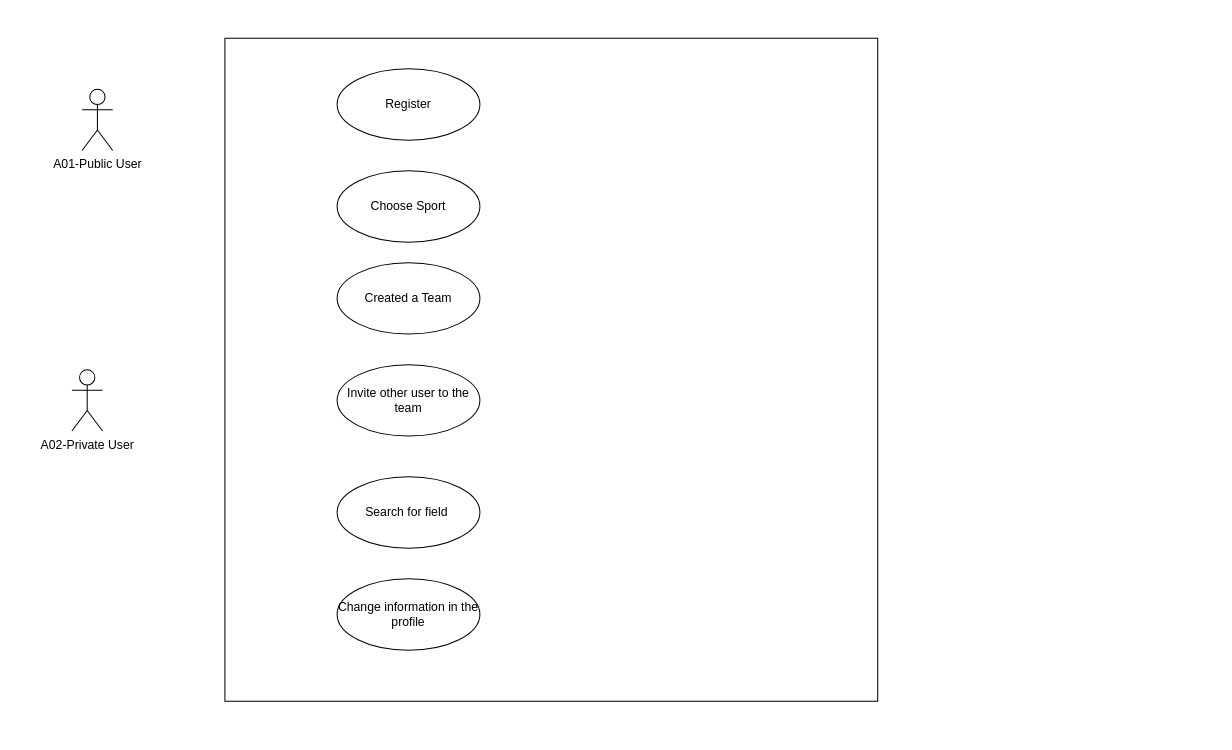
bosshentai/projectosAprendizagem keeps this draw.io diagram as diagrams/useCase/useCase.drawio. Above is the earlier version. Source tidied: cells renumbered, new cells numbered last; positions are measured from the earlier drawing's top-left corner, leaving out a move shared by most shapes. Both pictures are drawn from the tidied source at 102%, with x=0, y=0 at pixel (71, 38).
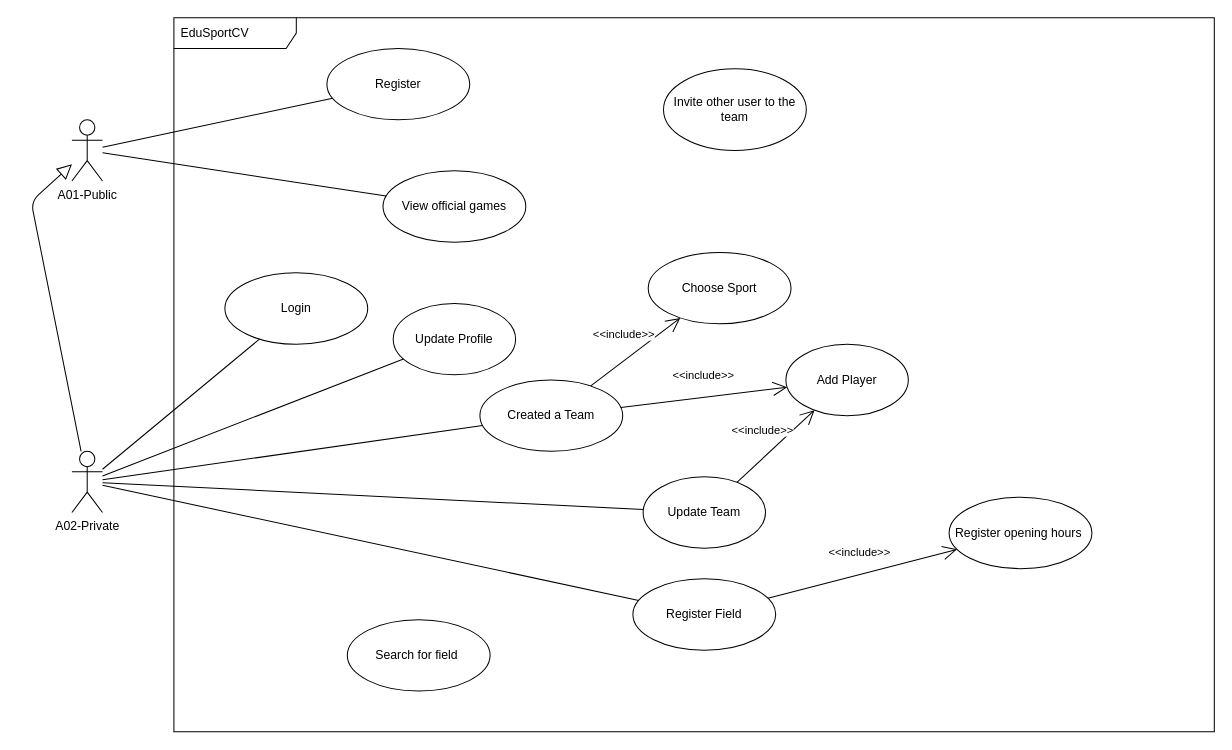
After the change.

Commit message:
some ideias had been add in the useCase

What changed in the source:
```diff
@@
+    <mxCell id="11" value="EduSportCV" style="shape=umlFrame;whiteSpace=wrap;html=1;width=120;height=30;boundedLbl=1;verticalAlign=middle;align=left;spacingLeft=5;" parent="1" vertex="1">
+      <mxGeometry x="100" y="-20" width="1020" height="700" as="geometry" />
+    </mxCell>
-    <mxCell id="2" value="A01-Public User" style="shape=umlActor;verticalLabelPosition=bottom;verticalAlign=top;html=1;" parent="1" vertex="1">
-      <mxGeometry x="10" y="50" width="30" height="60" as="geometry" />
+    <mxCell id="2" value="A01-Public" style="shape=umlActor;verticalLabelPosition=bottom;verticalAlign=top;html=1;" parent="1" vertex="1">
+      <mxGeometry y="80" width="30" height="60" as="geometry" />
     </mxCell>
-    <mxCell id="3" style="rounded=0;whiteSpace=wrap;html=1;" parent="1" vertex="1">
-      <mxGeometry x="150" width="640" height="650" as="geometry" />
-    </mxCell>
     <mxCell id="4" value="Register" style="ellipse;whiteSpace=wrap;html=1;" parent="1" vertex="1">
-      <mxGeometry x="260" y="30" width="140" height="70" as="geometry" />
+      <mxGeometry x="250" y="10" width="140" height="70" as="geometry" />
     </mxCell>
     <mxCell id="5" value="Choose Sport" style="ellipse;whiteSpace=wrap;html=1;" parent="1" vertex="1">
-      <mxGeometry x="260" y="130" width="140" height="70" as="geometry" />
+      <mxGeometry x="565" y="210" width="140" height="70" as="geometry" />
     </mxCell>
     <mxCell id="6" value="Created a Team" style="ellipse;whiteSpace=wrap;html=1;" parent="1" vertex="1">
-      <mxGeometry x="260" y="220" width="140" height="70" as="geometry" />
+      <mxGeometry x="400" y="335" width="140" height="70" as="geometry" />
     </mxCell>
     <mxCell id="7" value="Invite other user to the team" style="ellipse;whiteSpace=wrap;html=1;" parent="1" vertex="1">
-      <mxGeometry x="260" y="320" width="140" height="70" as="geometry" />
+      <mxGeometry x="580" y="30" width="140" height="80" as="geometry" />
     </mxCell>
     <mxCell id="8" value="Search for field&amp;nbsp;" style="ellipse;whiteSpace=wrap;html=1;" parent="1" vertex="1">
-      <mxGeometry x="260" y="430" width="140" height="70" as="geometry" />
+      <mxGeometry x="270" y="570" width="140" height="70" as="geometry" />
     </mxCell>
-    <mxCell id="9" value="Change information in the profile" style="ellipse;whiteSpace=wrap;html=1;" parent="1" vertex="1">
-      <mxGeometry x="260" y="530" width="140" height="70" as="geometry" />
-    </mxCell>
-    <mxCell id="10" value="A02-Private User" style="shape=umlActor;verticalLabelPosition=bottom;verticalAlign=top;html=1;" parent="1" vertex="1">
-      <mxGeometry y="325" width="30" height="60" as="geometry" />
+    <mxCell id="10" value="A02-Private" style="shape=umlActor;verticalLabelPosition=bottom;verticalAlign=top;html=1;" parent="1" vertex="1">
+      <mxGeometry y="405" width="30" height="60" as="geometry" />
     </mxCell>
+    <mxCell id="12" value="Login" style="ellipse;whiteSpace=wrap;html=1;" parent="1" vertex="1">
+      <mxGeometry x="150" y="230" width="140" height="70" as="geometry" />
+    </mxCell>
+    <mxCell id="13" style="endArrow=none;html=1;" parent="1" edge="1" source="10" target="12">
+      <mxGeometry relative="1" as="geometry" />
+    </mxCell>
+    <mxCell id="14" style="endArrow=none;html=1;" parent="1" edge="1" source="2" target="4">
+      <mxGeometry relative="1" as="geometry" />
+    </mxCell>
+    <mxCell id="15" value="View official games" style="ellipse;whiteSpace=wrap;html=1;" parent="1" vertex="1">
+      <mxGeometry x="305" y="130" width="140" height="70" as="geometry" />
+    </mxCell>
+    <mxCell id="16" style="endArrow=none;html=1;" parent="1" edge="1" source="2" target="15">
+      <mxGeometry relative="1" as="geometry" />
+    </mxCell>
+    <mxCell id="17" style="endArrow=block;endFill=0;endSize=12;html=1;" parent="1" edge="1" source="10" target="2">
+      <mxGeometry relative="1" as="geometry">
+        <Array as="points">
+          <mxPoint x="-40" y="160" />
+        </Array>
+      </mxGeometry>
+    </mxCell>
+    <mxCell id="18" value="Update Profile" style="ellipse;whiteSpace=wrap;html=1;" parent="1" vertex="1">
+      <mxGeometry x="315" y="260" width="120" height="70" as="geometry" />
+    </mxCell>
+    <mxCell id="19" style="endArrow=none;html=1;" parent="1" edge="1" source="10" target="18">
+      <mxGeometry relative="1" as="geometry" />
+    </mxCell>
+    <mxCell id="20" style="endArrow=none;html=1;" parent="1" edge="1" source="10" target="6">
+      <mxGeometry relative="1" as="geometry" />
+    </mxCell>
+    <mxCell id="21" value="&amp;lt;&amp;lt;include&amp;gt;&amp;gt;" style="endArrow=open;endSize=12;html=1;" parent="1" edge="1" source="6" target="5">
+      <mxGeometry x="0.02" y="21" relative="1" as="geometry" />
+    </mxCell>
+    <mxCell id="22" value="Register Field" style="ellipse;whiteSpace=wrap;html=1;" parent="1" vertex="1">
+      <mxGeometry x="550" y="530" width="140" height="70" as="geometry" />
+    </mxCell>
+    <mxCell id="23" style="endArrow=none;html=1;" parent="1" edge="1" source="10" target="22">
+      <mxGeometry relative="1" as="geometry" />
+    </mxCell>
+    <mxCell id="24" value="Register opening hours&amp;nbsp;" style="ellipse;whiteSpace=wrap;html=1;" parent="1" vertex="1">
+      <mxGeometry x="860" y="450" width="140" height="70" as="geometry" />
+    </mxCell>
+    <mxCell id="25" value="&amp;lt;&amp;lt;include&amp;gt;&amp;gt;" style="endArrow=open;endSize=12;html=1;" parent="1" edge="1" source="22" target="24">
+      <mxGeometry x="0.02" y="21" relative="1" as="geometry" />
+    </mxCell>
+    <mxCell id="26" value="Update Team" style="ellipse;whiteSpace=wrap;html=1;" parent="1" vertex="1">
+      <mxGeometry x="560" y="430" width="120" height="70" as="geometry" />
+    </mxCell>
+    <mxCell id="27" value="Add Player" style="ellipse;whiteSpace=wrap;html=1;" parent="1" vertex="1">
+      <mxGeometry x="700" y="300" width="120" height="70" as="geometry" />
+    </mxCell>
+    <mxCell id="28" value="&amp;lt;&amp;lt;include&amp;gt;&amp;gt;" style="endArrow=open;endSize=12;html=1;" parent="1" edge="1" source="26" target="27">
+      <mxGeometry x="0.02" y="21" relative="1" as="geometry" />
+    </mxCell>
+    <mxCell id="29" style="endArrow=none;html=1;" parent="1" edge="1" source="10" target="26">
+      <mxGeometry relative="1" as="geometry" />
+    </mxCell>
+    <mxCell id="30" value="&amp;lt;&amp;lt;include&amp;gt;&amp;gt;" style="endArrow=open;endSize=12;html=1;" parent="1" edge="1" source="6" target="27">
+      <mxGeometry x="0.02" y="21" relative="1" as="geometry" />
+    </mxCell>
```
